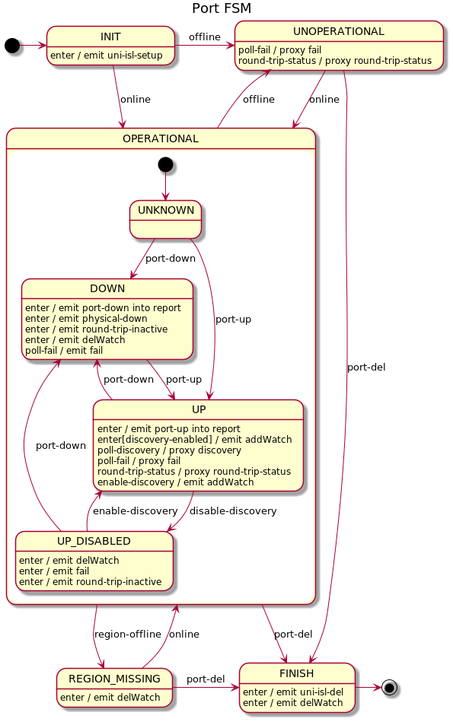
Above: docs/design/network-discovery/port-FSM.png in telstra/open-kilda (PlantUML), before the change.
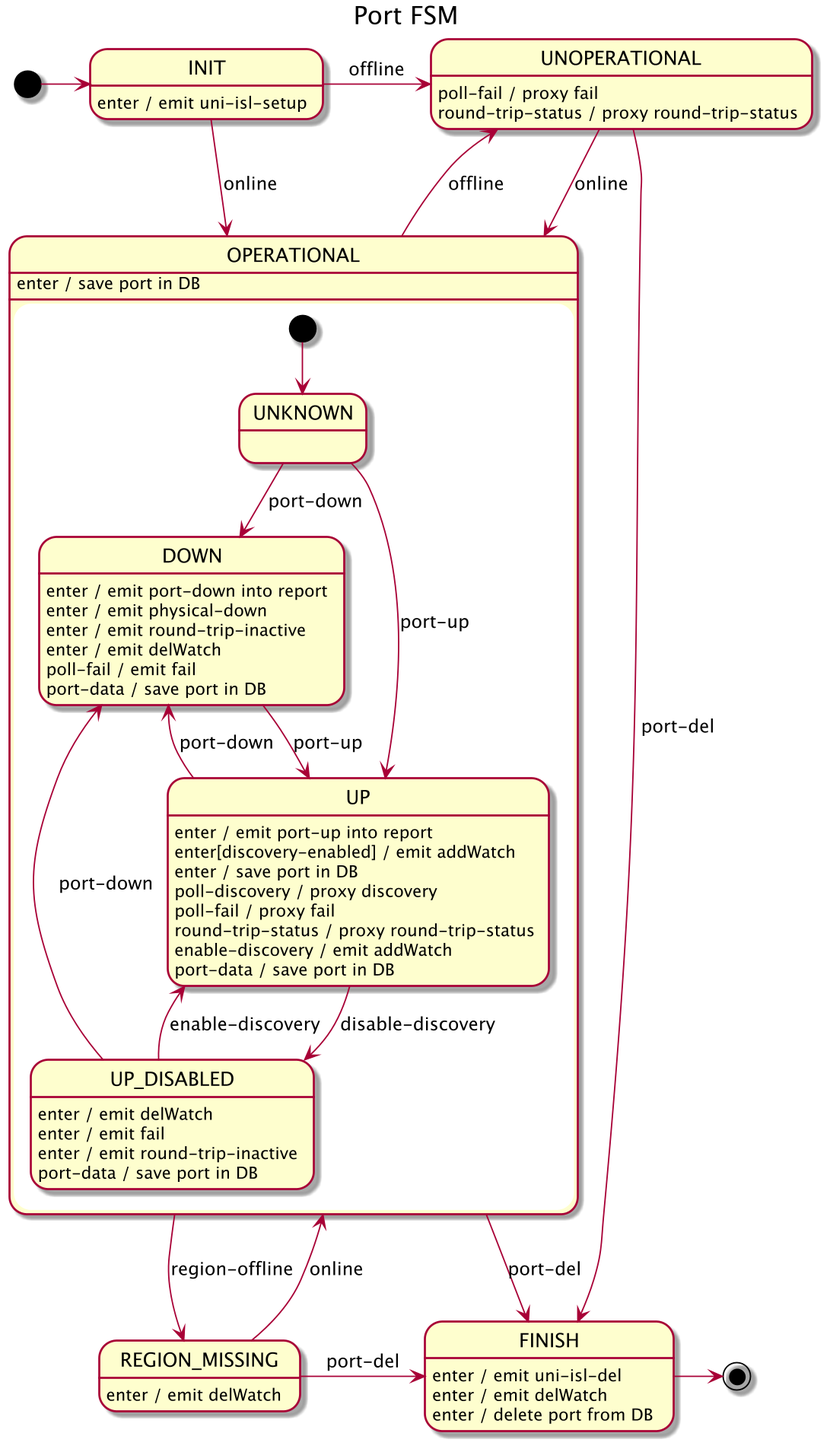
The same diagram one commit later.

Change to the diagram source:
```diff
@@ -1,6 +1,7 @@
 @startuml
 title Port FSM
-
+scale 1358 width
+scale 1904 height
 [*] -right-> INIT
 
 INIT -r-> UNOPERATIONAL : offline
@@ -19,26 +20,31 @@
     DOWN : enter / emit round-trip-inactive
     DOWN : enter / emit delWatch
     DOWN : poll-fail / emit fail
+    DOWN : port-data / save port in DB
 
     UP --> DOWN : port-down
     UP --> UP_DISABLED : disable-discovery
     UP : enter / emit port-up into report
     UP : enter[discovery-enabled] / emit addWatch
+    UP : enter / save port in DB
     UP : poll-discovery / proxy discovery
     UP : poll-fail / proxy fail
     UP : round-trip-status / proxy round-trip-status
     UP : enable-discovery / emit addWatch
+    UP : port-data / save port in DB
 
     UP_DISABLED --> DOWN : port-down
     UP_DISABLED --> UP : enable-discovery
     UP_DISABLED : enter / emit delWatch
     UP_DISABLED : enter / emit fail
     UP_DISABLED : enter / emit round-trip-inactive
+    UP_DISABLED : port-data / save port in DB
 }
 
 OPERATIONAL --> UNOPERATIONAL : offline
 OPERATIONAL -r-> FINISH : port-del
 OPERATIONAL --> REGION_MISSING : region-offline
+OPERATIONAL : enter / save port in DB
 
 UNOPERATIONAL --> OPERATIONAL : online
 UNOPERATIONAL --> FINISH : port-del
@@ -51,6 +57,7 @@
 
 FINISH: enter / emit uni-isl-del
 FINISH: enter / emit delWatch
+FINISH: enter / delete port from DB
 FINISH -> [*]
 
 @enduml
```
